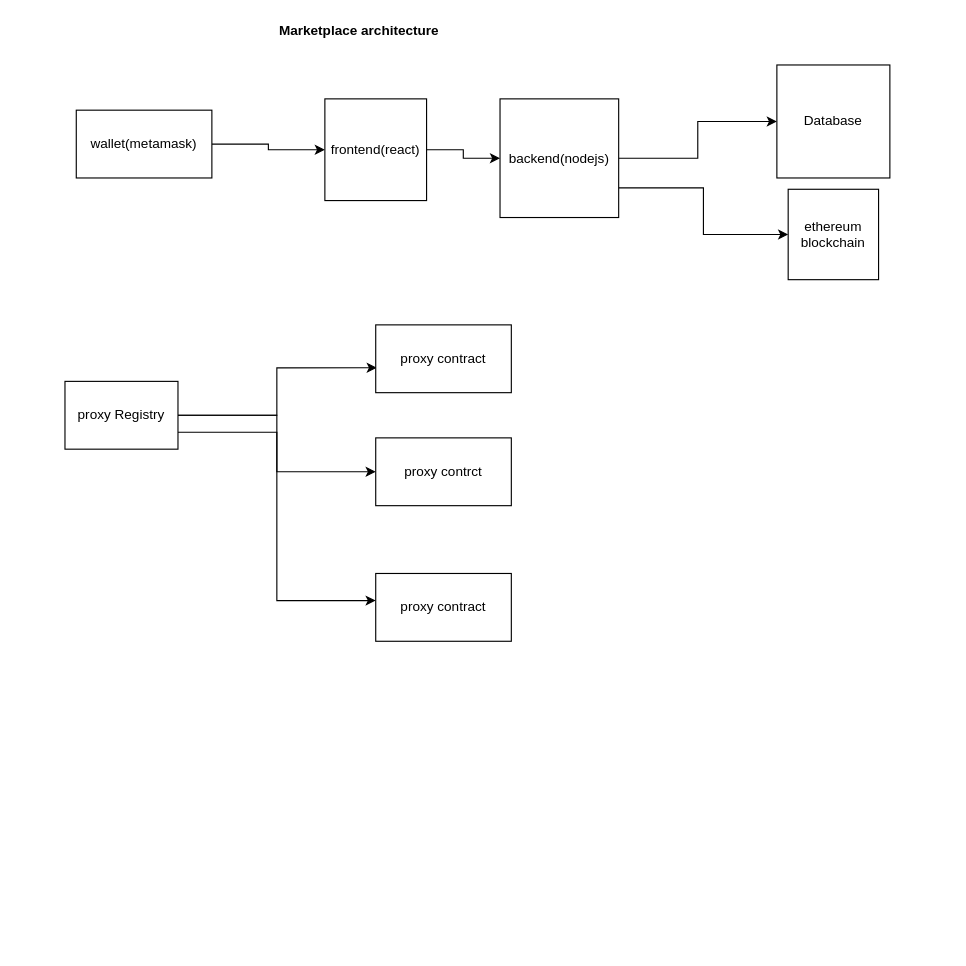
Before: Untitled Diagram.drawio in appdeveloper9is/NftMarketPlace, a draw.io diagram. Source tidied: cells renumbered, new cells numbered last; positions are measured from the earlier drawing's top-left corner, leaving out a move shared by most shapes. Both pictures are drawn from the tidied source at 113%, with x=0, y=0 at pixel (64, 19).
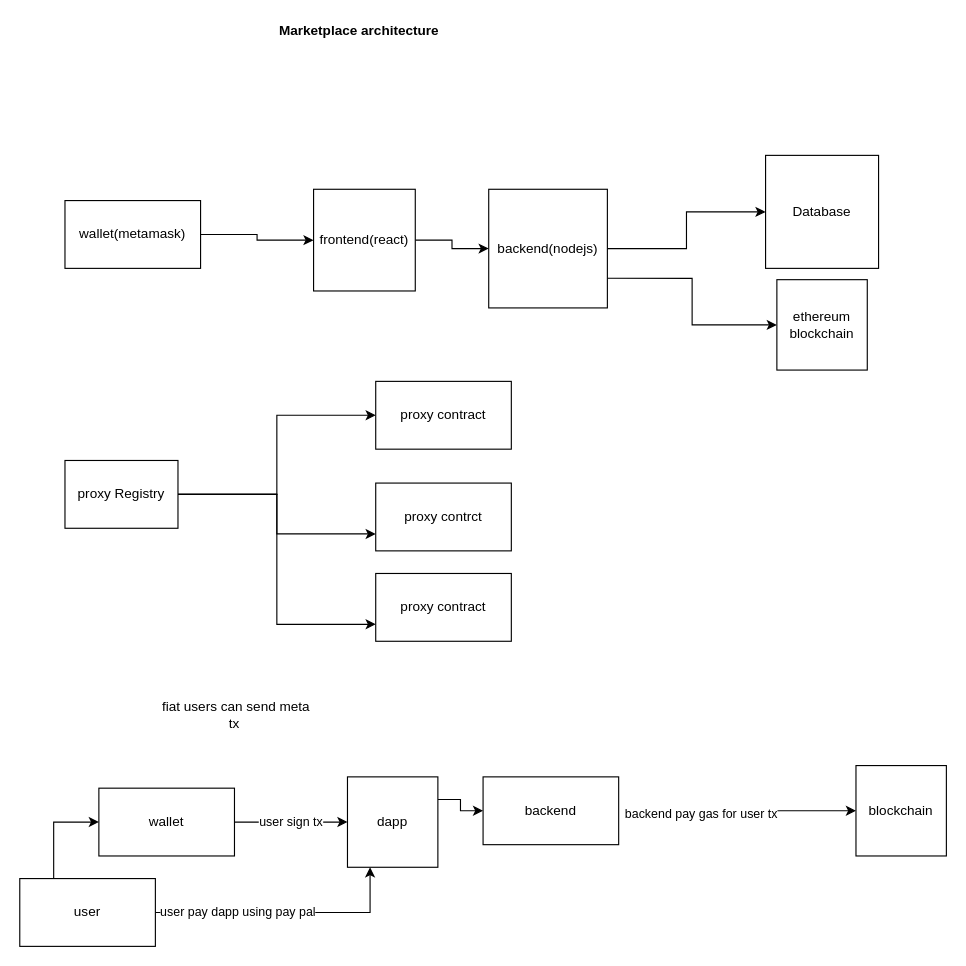
The same page after the edit.

The change refers to these unchanged cells:
```xml
<mxCell id="8" value="proxy contract" style="rounded=0;whiteSpace=wrap;html=1;" parent="1" vertex="1">
  <mxGeometry x="275" y="490" width="120" height="60" as="geometry" />
</mxCell>
```

What changed in the source:
```diff
@@
-    <mxCell id="2" style="edgeStyle=orthogonalEdgeStyle;rounded=0;jettySize=auto;html=1;entryX=0.008;entryY=0.633;entryDx=0;entryDy=0;entryPerimeter=0;" parent="1" edge="1" source="5" target="6">
+    <mxCell id="2" style="edgeStyle=orthogonalEdgeStyle;rounded=0;jettySize=auto;html=1;exitX=1;exitY=0.5;exitDx=0;exitDy=0;entryX=0;entryY=0.5;entryDx=0;entryDy=0;" parent="1" edge="1" source="5" target="6">
       <mxGeometry relative="1" as="geometry" />
     </mxCell>
-    <mxCell id="3" style="edgeStyle=orthogonalEdgeStyle;rounded=0;jettySize=auto;html=1;exitX=1;exitY=0.75;exitDx=0;exitDy=0;" parent="1" edge="1" source="5" target="7">
+    <mxCell id="3" style="edgeStyle=orthogonalEdgeStyle;rounded=0;jettySize=auto;html=1;exitX=1;exitY=0.5;exitDx=0;exitDy=0;entryX=0;entryY=0.75;entryDx=0;entryDy=0;" parent="1" edge="1" source="5" target="7">
       <mxGeometry relative="1" as="geometry" />
     </mxCell>
-    <mxCell id="4" style="edgeStyle=orthogonalEdgeStyle;rounded=0;jettySize=auto;html=1;entryX=0;entryY=0.4;entryDx=0;entryDy=0;entryPerimeter=0;" parent="1" edge="1" source="5" target="8">
+    <mxCell id="4" style="edgeStyle=orthogonalEdgeStyle;rounded=0;jettySize=auto;html=1;exitX=1;exitY=0.5;exitDx=0;exitDy=0;entryX=0;entryY=0.75;entryDx=0;entryDy=0;" parent="1" edge="1" source="5" target="8">
       <mxGeometry relative="1" as="geometry" />
     </mxCell>
     <mxCell id="5" value="proxy Registry" style="rounded=0;whiteSpace=wrap;html=1;" parent="1" vertex="1">
-      <mxGeometry y="320" width="100" height="60" as="geometry" />
+      <mxGeometry y="390" width="100" height="60" as="geometry" />
     </mxCell>
-    <mxCell id="6" value="proxy contract" style="rounded=0;whiteSpace=wrap;html=1;" parent="1" vertex="1">
-      <mxGeometry x="275" y="270" width="120" height="60" as="geometry" />
-    </mxCell>
     <mxCell id="7" value="proxy contrct" style="rounded=0;whiteSpace=wrap;html=1;" parent="1" vertex="1">
-      <mxGeometry x="275" y="370" width="120" height="60" as="geometry" />
+      <mxGeometry x="275" y="410" width="120" height="60" as="geometry" />
     </mxCell>
@@
     <mxCell id="10" value="wallet(metamask)" style="rounded=0;whiteSpace=wrap;html=1;" parent="1" vertex="1">
-      <mxGeometry x="10" y="80" width="120" height="60" as="geometry" />
+      <mxGeometry y="160" width="120" height="60" as="geometry" />
     </mxCell>
@@
     <mxCell id="12" value="frontend(react)" style="whiteSpace=wrap;html=1;" parent="1" vertex="1">
-      <mxGeometry x="230" y="70" width="90" height="90" as="geometry" />
+      <mxGeometry x="220" y="150" width="90" height="90" as="geometry" />
     </mxCell>
@@
     <mxCell id="15" value="backend(nodejs)" style="whiteSpace=wrap;html=1;" parent="1" vertex="1">
-      <mxGeometry x="385" y="70" width="105" height="105" as="geometry" />
+      <mxGeometry x="375" y="150" width="105" height="105" as="geometry" />
     </mxCell>
     <mxCell id="16" value="&lt;div&gt;Database&lt;/div&gt;" style="whiteSpace=wrap;html=1;" parent="1" vertex="1">
-      <mxGeometry x="630" y="40" width="100" height="100" as="geometry" />
+      <mxGeometry x="620" y="120" width="100" height="100" as="geometry" />
     </mxCell>
     <mxCell id="17" value="&lt;div&gt;ethereum&lt;/div&gt;&lt;div&gt;blockchain&lt;/div&gt;" style="whiteSpace=wrap;html=1;" parent="1" vertex="1">
-      <mxGeometry x="640" y="150" width="80" height="80" as="geometry" />
+      <mxGeometry x="630" y="230" width="80" height="80" as="geometry" />
     </mxCell>
@@
+    <mxCell id="19" style="edgeStyle=orthogonalEdgeStyle;rounded=0;orthogonalLoop=1;jettySize=auto;html=1;exitX=1;exitY=0.5;exitDx=0;exitDy=0;" parent="1" edge="1">
+      <mxGeometry relative="1" as="geometry">
+        <mxPoint x="500" y="700" as="sourcePoint" />
+        <mxPoint x="700" y="700" as="targetPoint" />
+      </mxGeometry>
+    </mxCell>
+    <mxCell id="20" value="backend pay gas for user tx " style="edgeLabel;html=1;align=center;verticalAlign=middle;" parent="19" vertex="1">
+      <mxGeometry x="-0.38" y="-2" relative="1" as="geometry" />
+    </mxCell>
+    <mxCell id="21" value="backend" style="rounded=0;whiteSpace=wrap;html=1;" parent="1" vertex="1">
+      <mxGeometry x="370" y="670" width="120" height="60" as="geometry" />
+    </mxCell>
+    <mxCell id="22" value="&amp;nbsp;fiat users can send meta tx" style="text;html=1;strokeColor=none;fillColor=none;align=center;verticalAlign=middle;whiteSpace=wrap;rounded=0;" parent="1" vertex="1">
+      <mxGeometry x="80" y="600" width="140" height="30" as="geometry" />
+    </mxCell>
+    <mxCell id="23" value="user sign tx" style="edgeStyle=orthogonalEdgeStyle;rounded=0;jettySize=auto;html=1;entryX=0;entryY=0.5;entryDx=0;entryDy=0;" parent="1" edge="1" source="24" target="26">
+      <mxGeometry relative="1" as="geometry" />
+    </mxCell>
+    <mxCell id="24" value="wallet" style="rounded=0;whiteSpace=wrap;html=1;" parent="1" vertex="1">
+      <mxGeometry x="30" y="680" width="120" height="60" as="geometry" />
+    </mxCell>
+    <mxCell id="25" style="edgeStyle=orthogonalEdgeStyle;rounded=0;jettySize=auto;html=1;exitX=1;exitY=0.25;exitDx=0;exitDy=0;entryX=0;entryY=0.5;entryDx=0;entryDy=0;" parent="1" edge="1" source="26" target="21">
+      <mxGeometry relative="1" as="geometry" />
+    </mxCell>
+    <mxCell id="26" value="dapp" style="whiteSpace=wrap;html=1;" parent="1" vertex="1">
+      <mxGeometry x="250" y="670" width="80" height="80" as="geometry" />
+    </mxCell>
+    <mxCell id="27" value="blockchain" style="whiteSpace=wrap;html=1;" parent="1" vertex="1">
+      <mxGeometry x="700" y="660" width="80" height="80" as="geometry" />
+    </mxCell>
+    <mxCell id="28" style="edgeStyle=orthogonalEdgeStyle;rounded=0;jettySize=auto;html=1;exitX=1;exitY=0.5;exitDx=0;exitDy=0;entryX=0.25;entryY=1;entryDx=0;entryDy=0;" parent="1" edge="1" source="31" target="26">
+      <mxGeometry relative="1" as="geometry" />
+    </mxCell>
+    <mxCell id="29" value="user pay dapp using pay pal" style="edgeLabel;html=1;align=center;verticalAlign=middle;" parent="28" vertex="1">
+      <mxGeometry x="-0.37" y="1" relative="1" as="geometry" />
+    </mxCell>
+    <mxCell id="30" style="edgeStyle=orthogonalEdgeStyle;rounded=0;jettySize=auto;html=1;exitX=0.25;exitY=0;exitDx=0;exitDy=0;entryX=0;entryY=0.5;entryDx=0;entryDy=0;" parent="1" edge="1" source="31" target="24">
+      <mxGeometry relative="1" as="geometry" />
+    </mxCell>
+    <mxCell id="31" value="user" style="rounded=0;whiteSpace=wrap;html=1;" parent="1" vertex="1">
+      <mxGeometry x="-40" y="760" width="120" height="60" as="geometry" />
+    </mxCell>
+    <mxCell id="6" value="proxy contract" style="rounded=0;whiteSpace=wrap;html=1;" parent="1" vertex="1">
+      <mxGeometry x="275" y="320" width="120" height="60" as="geometry" />
+    </mxCell>
```
